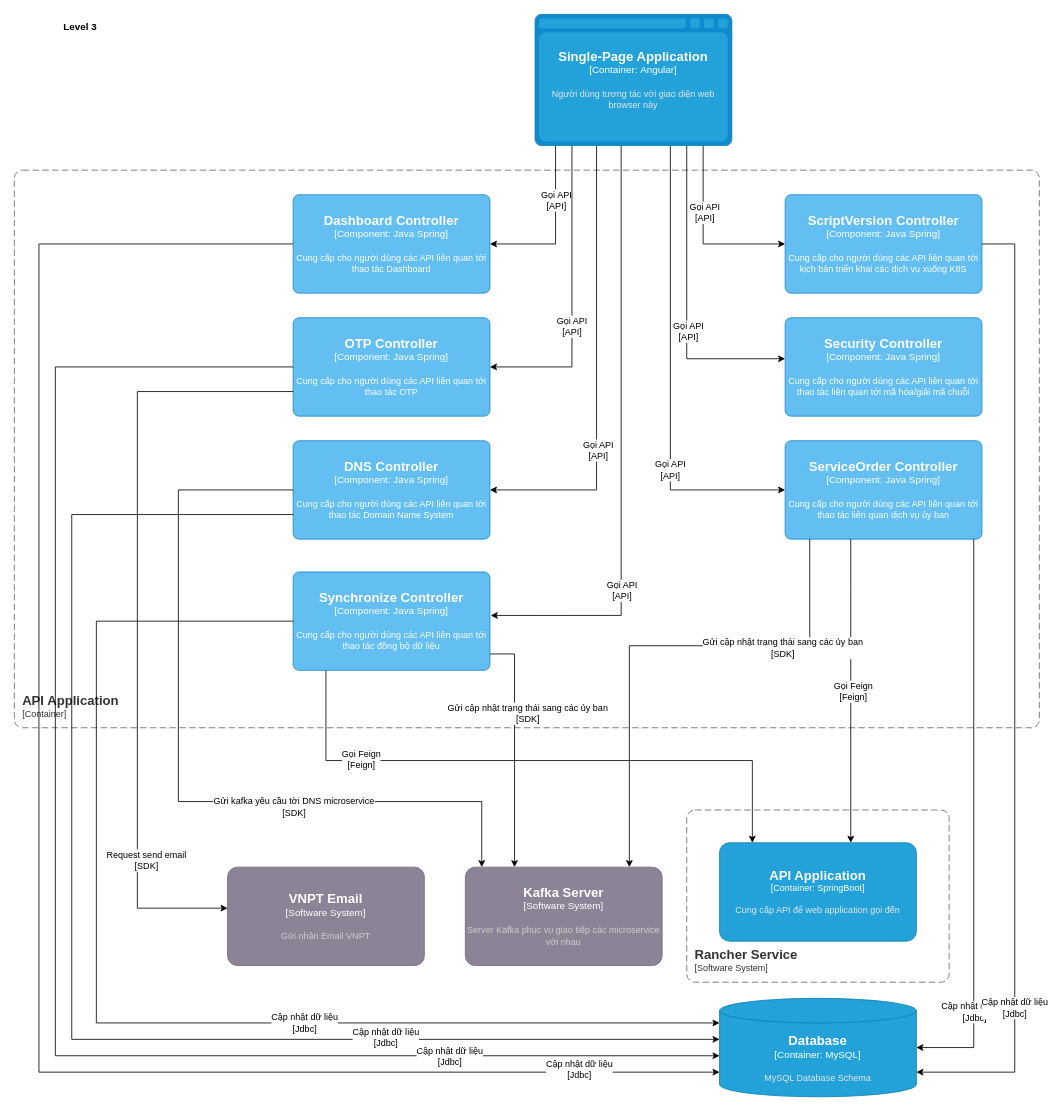
Above: IDG-Portal Lv3 ObjectStorage API Application.drawio in dangngocsoncntt/draw.io (draw.io), before the change. Source tidied: cells renumbered, new cells numbered last; positions are measured from the earlier drawing's top-left corner, leaving out a move shared by most shapes. Both pictures are drawn from the tidied source at 82%, with x=0, y=0 at pixel (14, 14).
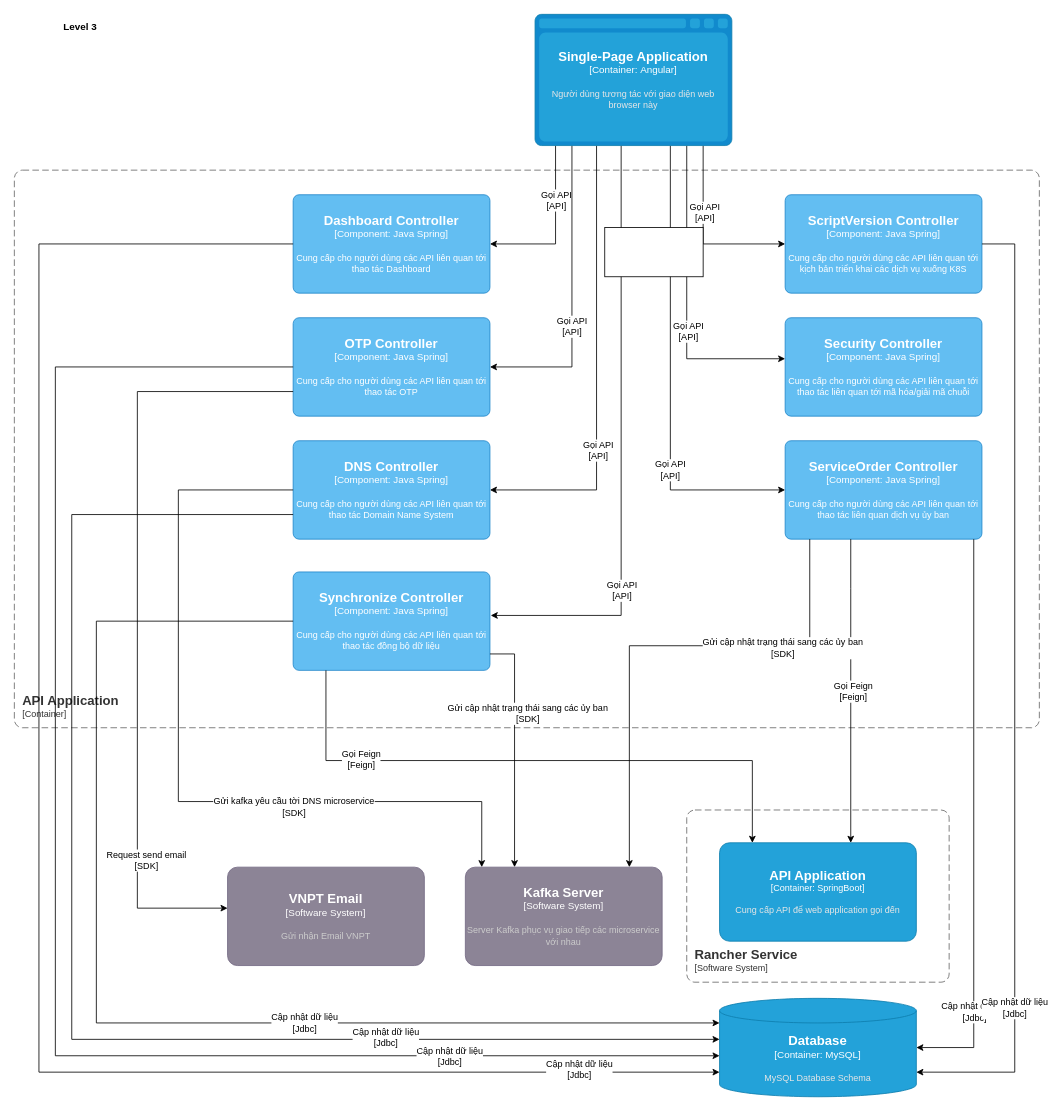
After the change.

What changed in the source:
```diff
@@
+    <mxCell id="55" style="rounded=0;whiteSpace=wrap;html=1;" parent="1" vertex="1">
+      <mxGeometry x="720" y="260" width="120" height="60" as="geometry" />
+    </mxCell>
```
